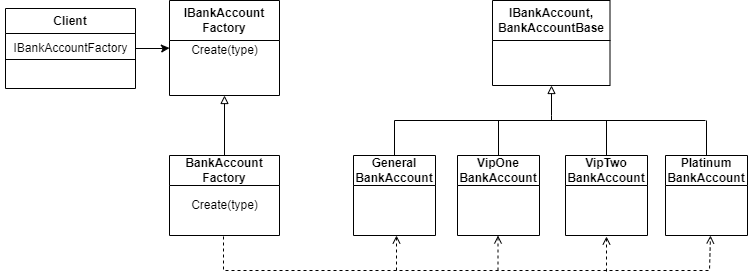
hoanganh1029/AVH.DesignPattern keeps this draw.io diagram as images/FactoryMethodImplementation.png. Above is the earlier version. Source tidied: cells renumbered, new cells last; positions are measured from the earlier drawing's top-left corner, leaving out a move shared by most shapes.
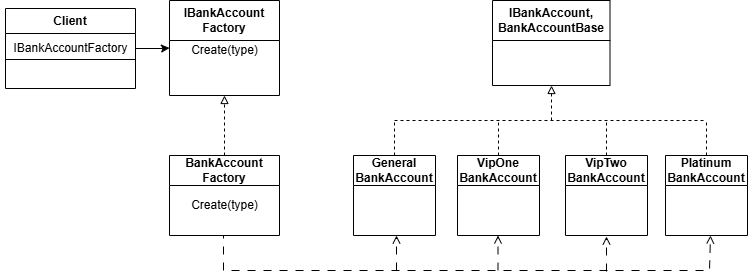
Later version of the same file.

Commit message:
Update connector of implementation in UML diagram

Diff of the diagram source:
```diff
@@ -27,10 +27,10 @@
     <mxCell id="7" value="Create(type)" style="text;html=1;align=center;verticalAlign=middle;strokeColor=none;fillColor=none;" parent="6" vertex="1">
       <mxGeometry x="10" y="35" width="90" height="30" as="geometry" />
     </mxCell>
-    <mxCell id="8" style="edgeStyle=orthogonalEdgeStyle;rounded=0;jettySize=auto;html=1;entryX=0.5;entryY=1;entryDx=0;entryDy=0;endArrow=block;endFill=0;" parent="1" edge="1" source="10" target="6">
+    <mxCell id="8" style="edgeStyle=orthogonalEdgeStyle;rounded=0;jettySize=auto;html=1;entryX=0.5;entryY=1;entryDx=0;entryDy=0;endArrow=block;endFill=0;dashed=1;" parent="1" edge="1" source="10" target="6">
       <mxGeometry relative="1" as="geometry" />
     </mxCell>
-    <mxCell id="9" style="edgeStyle=orthogonalEdgeStyle;rounded=0;orthogonalLoop=1;jettySize=auto;html=1;dashed=1;entryX=0.5;entryY=1;entryDx=0;entryDy=0;endArrow=open;endFill=0;exitX=0.5;exitY=1;exitDx=0;exitDy=0;" parent="1" edge="1">
+    <mxCell id="9" style="edgeStyle=orthogonalEdgeStyle;rounded=0;orthogonalLoop=1;jettySize=auto;html=1;dashed=1;entryX=0.5;entryY=1;entryDx=0;entryDy=0;endArrow=open;endFill=0;exitX=0.5;exitY=1;exitDx=0;exitDy=0;dashPattern=8 8;" parent="1" edge="1">
       <mxGeometry relative="1" as="geometry">
         <mxPoint x="228" y="235" as="sourcePoint" />
         <mxPoint x="710" y="235" as="targetPoint" />
@@ -50,7 +50,7 @@
     <mxCell id="12" value="IBankAccount,&lt;br&gt;BankAccountBase" style="swimlane;whiteSpace=wrap;html=1;startSize=40;" parent="1" vertex="1">
       <mxGeometry x="492" width="117.5" height="85" as="geometry" />
     </mxCell>
-    <mxCell id="13" style="edgeStyle=orthogonalEdgeStyle;rounded=0;orthogonalLoop=1;jettySize=auto;html=1;endArrow=block;endFill=0;" parent="1" edge="1">
+    <mxCell id="13" style="edgeStyle=orthogonalEdgeStyle;rounded=0;orthogonalLoop=1;jettySize=auto;html=1;endArrow=block;endFill=0;dashed=1;" parent="1" edge="1">
       <mxGeometry relative="1" as="geometry">
         <mxPoint x="551" y="120" as="sourcePoint" />
         <mxPoint x="551" y="85" as="targetPoint" />
@@ -62,7 +62,7 @@
     <mxCell id="14" value="General&lt;br&gt;BankAccount" style="swimlane;whiteSpace=wrap;html=1;startSize=30;" parent="1" vertex="1">
       <mxGeometry x="353" y="155" width="82" height="80" as="geometry" />
     </mxCell>
-    <mxCell id="15" style="edgeStyle=orthogonalEdgeStyle;rounded=0;jettySize=auto;html=1;endArrow=none;endFill=0;" parent="1" edge="1" source="16">
+    <mxCell id="15" style="edgeStyle=orthogonalEdgeStyle;rounded=0;jettySize=auto;html=1;endArrow=none;endFill=0;dashed=1;" parent="1" edge="1" source="16">
       <mxGeometry relative="1" as="geometry">
         <mxPoint x="498" y="120" as="targetPoint" />
       </mxGeometry>
@@ -70,7 +70,7 @@
     <mxCell id="16" value="VipOne&lt;br&gt;BankAccount" style="swimlane;whiteSpace=wrap;html=1;startSize=30;" parent="1" vertex="1">
       <mxGeometry x="457" y="155" width="82" height="80" as="geometry" />
     </mxCell>
-    <mxCell id="17" style="edgeStyle=orthogonalEdgeStyle;rounded=0;jettySize=auto;html=1;endArrow=none;endFill=0;" parent="1" edge="1" source="18">
+    <mxCell id="17" style="edgeStyle=orthogonalEdgeStyle;rounded=0;jettySize=auto;html=1;endArrow=none;endFill=0;dashed=1;" parent="1" edge="1" source="18">
       <mxGeometry relative="1" as="geometry">
         <mxPoint x="606" y="120" as="targetPoint" />
       </mxGeometry>
@@ -78,7 +78,7 @@
     <mxCell id="18" value="VipTwo&lt;br&gt;BankAccount" style="swimlane;whiteSpace=wrap;html=1;startSize=30;" parent="1" vertex="1">
       <mxGeometry x="565" y="155" width="82" height="80" as="geometry" />
     </mxCell>
-    <mxCell id="19" style="edgeStyle=orthogonalEdgeStyle;rounded=0;jettySize=auto;html=1;endArrow=none;endFill=0;" parent="1" edge="1" source="20">
+    <mxCell id="19" style="edgeStyle=orthogonalEdgeStyle;rounded=0;jettySize=auto;html=1;endArrow=none;endFill=0;dashed=1;" parent="1" edge="1" source="20">
       <mxGeometry relative="1" as="geometry">
         <mxPoint x="706" y="120" as="targetPoint" />
       </mxGeometry>
@@ -86,31 +86,31 @@
     <mxCell id="20" value="Platinum&lt;br&gt;BankAccount" style="swimlane;whiteSpace=wrap;html=1;startSize=30;" parent="1" vertex="1">
       <mxGeometry x="665" y="155" width="82" height="80" as="geometry" />
     </mxCell>
-    <mxCell id="21" style="endArrow=none;html=1;rounded=0;" parent="1" edge="1">
+    <mxCell id="21" style="endArrow=none;html=1;rounded=0;dashed=1;" parent="1" edge="1">
       <mxGeometry relative="1" as="geometry">
         <mxPoint x="394" y="120" as="sourcePoint" />
         <mxPoint x="705" y="120" as="targetPoint" />
       </mxGeometry>
     </mxCell>
-    <mxCell id="22" style="endArrow=none;html=1;rounded=0;exitX=0.5;exitY=0;exitDx=0;exitDy=0;" parent="1" edge="1">
+    <mxCell id="22" style="endArrow=none;html=1;rounded=0;exitX=0.5;exitY=0;exitDx=0;exitDy=0;dashed=1;" parent="1" edge="1">
       <mxGeometry relative="1" as="geometry">
         <mxPoint x="394" y="155" as="sourcePoint" />
         <mxPoint x="394" y="120" as="targetPoint" />
       </mxGeometry>
     </mxCell>
-    <mxCell id="23" style="endArrow=open;html=1;rounded=0;dashed=1;endFill=0;" parent="1" edge="1">
+    <mxCell id="23" style="endArrow=open;html=1;rounded=0;dashed=1;endFill=0;dashPattern=8 8;" parent="1" edge="1">
       <mxGeometry relative="1" as="geometry">
         <mxPoint x="396" y="270" as="sourcePoint" />
         <mxPoint x="396" y="235" as="targetPoint" />
       </mxGeometry>
     </mxCell>
-    <mxCell id="24" style="endArrow=open;html=1;rounded=0;dashed=1;endFill=0;" parent="1" edge="1">
+    <mxCell id="24" style="endArrow=open;html=1;rounded=0;dashed=1;endFill=0;dashPattern=8 8;" parent="1" edge="1">
       <mxGeometry relative="1" as="geometry">
         <mxPoint x="497.5" y="270" as="sourcePoint" />
         <mxPoint x="497.5" y="235" as="targetPoint" />
       </mxGeometry>
     </mxCell>
-    <mxCell id="25" style="endArrow=open;html=1;rounded=0;dashed=1;endFill=0;" parent="1" edge="1">
+    <mxCell id="25" style="endArrow=open;html=1;rounded=0;dashed=1;endFill=0;dashPattern=8 8;" parent="1" edge="1">
       <mxGeometry relative="1" as="geometry">
         <mxPoint x="606" y="271" as="sourcePoint" />
         <mxPoint x="606" y="236" as="targetPoint" />
```
